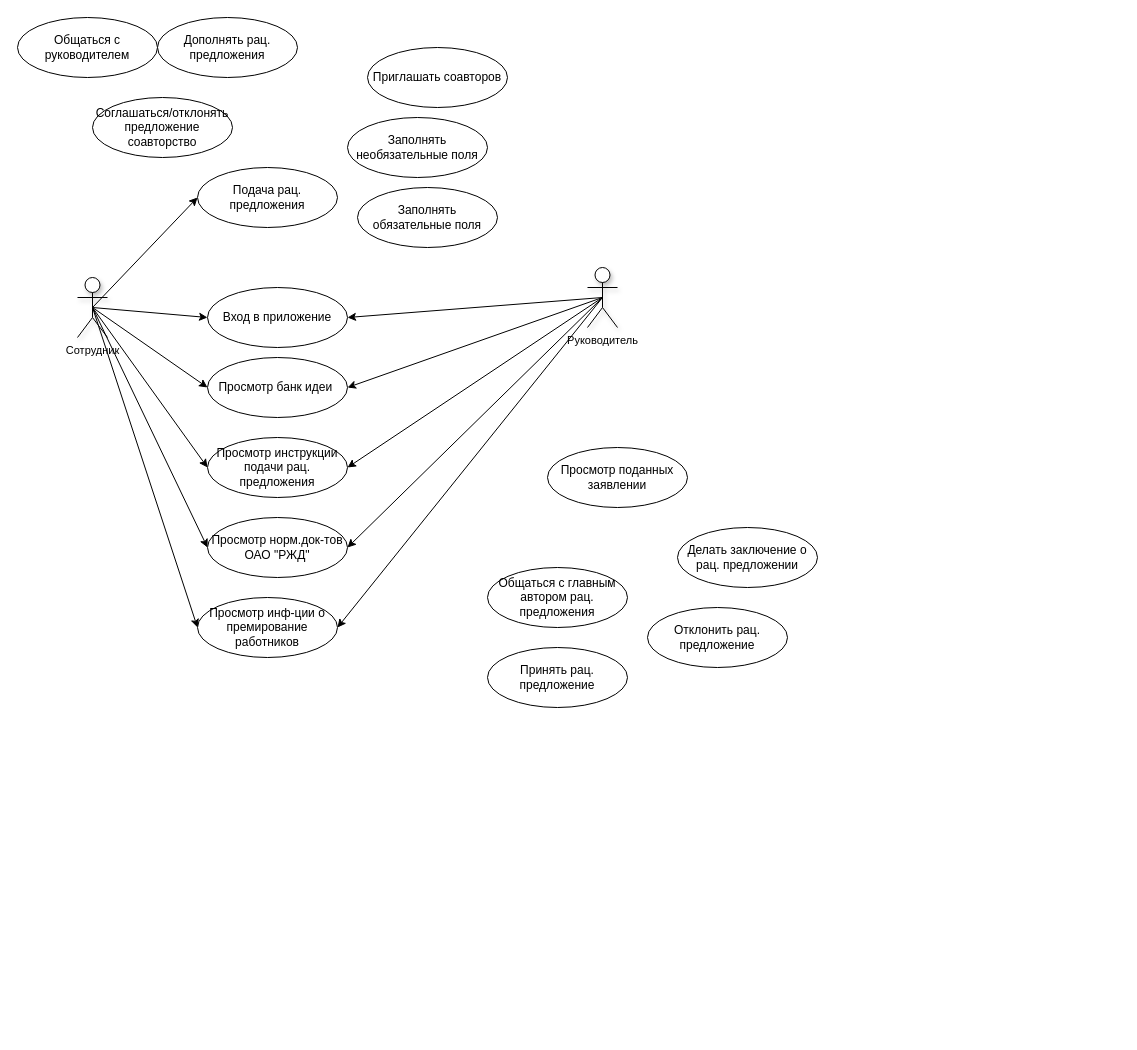
Before: page "Диаграмма прецедентов" (4 of 4) of IDEF0.drawio in Ideas-maker/diagram, a draw.io diagram. Source tidied: cells renumbered, new cells numbered last; positions are measured from the earlier drawing's top-left corner, leaving out a move shared by most shapes. Both pictures are drawn from the tidied source at 100%, with x=0, y=0 at pixel (17, 17).
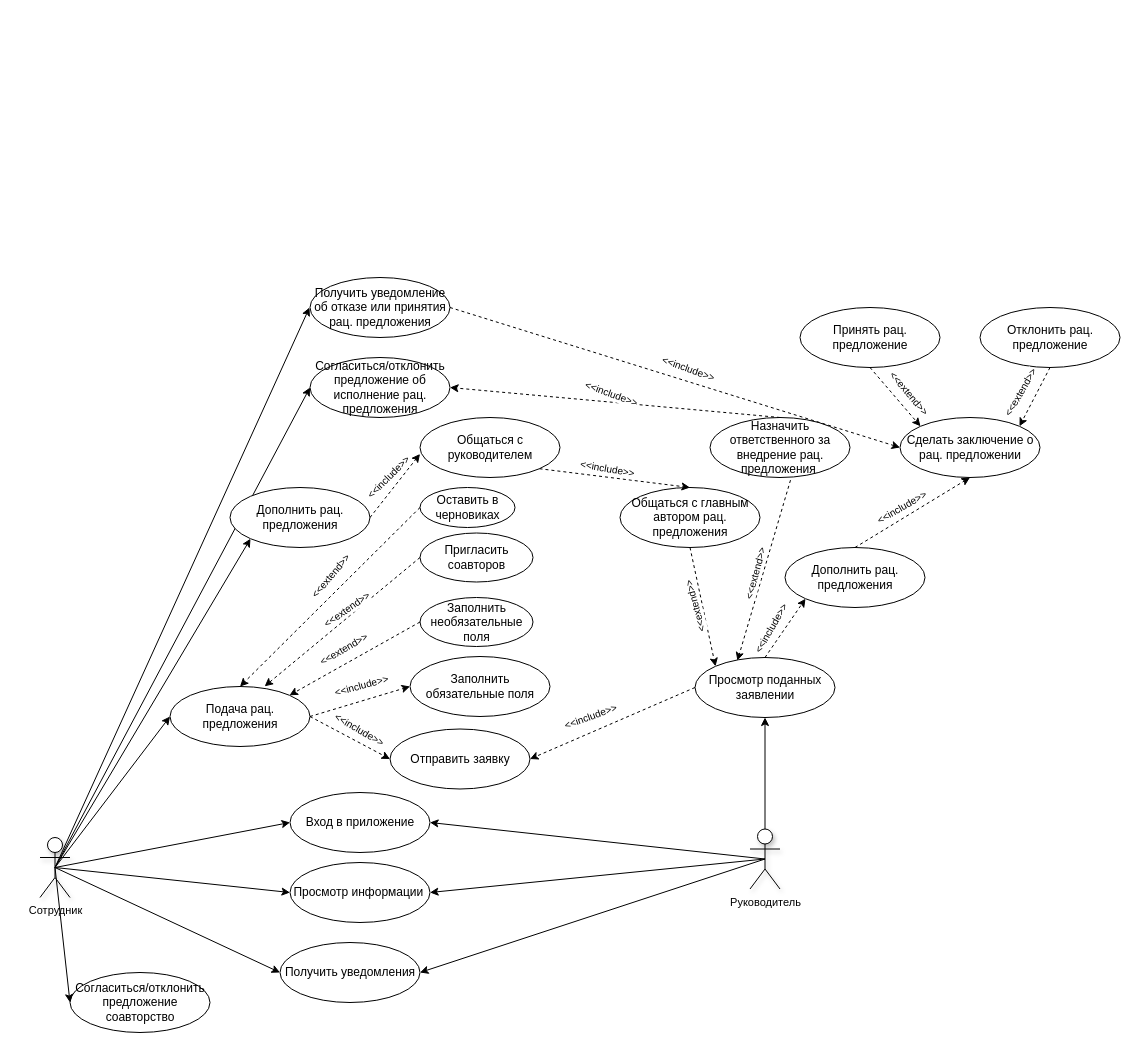
After the change.

What changed in the source:
```diff
@@
     <mxCell id="2" value="Сотрудник" style="shape=umlActor;verticalLabelPosition=bottom;labelBackgroundColor=#ffffff;verticalAlign=top;html=1;outlineConnect=0;rounded=0;shadow=1;glass=0;comic=0;strokeColor=#000000;fillColor=#ffffff;fontSize=11;fontColor=#000000;" parent="1" vertex="1">
-      <mxGeometry x="60" y="260" width="30" height="60" as="geometry" />
+      <mxGeometry x="22.5" y="820" width="30" height="60" as="geometry" />
     </mxCell>
     <mxCell id="3" value="Руководитель" style="shape=umlActor;verticalLabelPosition=bottom;labelBackgroundColor=#ffffff;verticalAlign=top;html=1;outlineConnect=0;rounded=0;shadow=1;glass=0;comic=0;strokeColor=#000000;fillColor=#ffffff;fontSize=11;fontColor=#000000;" parent="1" vertex="1">
-      <mxGeometry x="570" y="250" width="30" height="60" as="geometry" />
+      <mxGeometry x="732.5" y="811.5" width="30" height="60" as="geometry" />
     </mxCell>
     <mxCell id="4" value="Вход в приложение" style="ellipse;whiteSpace=wrap;html=1;" parent="1" vertex="1">
-      <mxGeometry x="190" y="270" width="140" height="60" as="geometry" />
+      <mxGeometry x="272.5" y="775" width="140" height="60" as="geometry" />
     </mxCell>
-    <mxCell id="5" value="Просмотр банк идеи&amp;nbsp;" style="ellipse;whiteSpace=wrap;html=1;" parent="1" vertex="1">
-      <mxGeometry x="190" y="340" width="140" height="60" as="geometry" />
+    <mxCell id="5" value="Просмотр информации&amp;nbsp;" style="ellipse;whiteSpace=wrap;html=1;" parent="1" vertex="1">
+      <mxGeometry x="272.5" y="845" width="140" height="60" as="geometry" />
     </mxCell>
     <mxCell id="6" value="Подача рац. предложения" style="ellipse;whiteSpace=wrap;html=1;" parent="1" vertex="1">
-      <mxGeometry x="180" y="150" width="140" height="60" as="geometry" />
+      <mxGeometry x="152.5" y="669" width="140" height="60" as="geometry" />
     </mxCell>
-    <mxCell id="7" value="Просмотр инструкции подачи рац. предложения" style="ellipse;whiteSpace=wrap;html=1;" parent="1" vertex="1">
-      <mxGeometry x="190" y="420" width="140" height="60" as="geometry" />
-    </mxCell>
-    <mxCell id="8" value="Просмотр норм.док-тов ОАО &quot;РЖД&quot;" style="ellipse;whiteSpace=wrap;html=1;" parent="1" vertex="1">
-      <mxGeometry x="190" y="500" width="140" height="60" as="geometry" />
-    </mxCell>
-    <mxCell id="9" value="Просмотр инф-ции о премирование работников" style="ellipse;whiteSpace=wrap;html=1;" parent="1" vertex="1">
-      <mxGeometry x="180" y="580" width="140" height="60" as="geometry" />
-    </mxCell>
@@
-    <mxCell id="14" style="endArrow=classic;html=1;entryX=0;entryY=0.5;entryDx=0;entryDy=0;exitX=0.5;exitY=0.5;exitDx=0;exitDy=0;exitPerimeter=0;" parent="1" edge="1" source="2" target="7">
-      <mxGeometry relative="1" as="geometry" />
-    </mxCell>
-    <mxCell id="15" style="endArrow=classic;html=1;entryX=0;entryY=0.5;entryDx=0;entryDy=0;exitX=0.5;exitY=0.5;exitDx=0;exitDy=0;exitPerimeter=0;" parent="1" edge="1" source="2" target="8">
-      <mxGeometry relative="1" as="geometry" />
-    </mxCell>
-    <mxCell id="16" style="endArrow=classic;html=1;entryX=0;entryY=0.5;entryDx=0;entryDy=0;exitX=0.5;exitY=0.5;exitDx=0;exitDy=0;exitPerimeter=0;" parent="1" edge="1" source="2" target="9">
-      <mxGeometry relative="1" as="geometry" />
-    </mxCell>
@@
-    <mxCell id="18" style="endArrow=classic;html=1;exitX=0.5;exitY=0.5;exitDx=0;exitDy=0;exitPerimeter=0;entryX=1;entryY=0.5;entryDx=0;entryDy=0;" parent="1" edge="1" source="3" target="7">
-      <mxGeometry relative="1" as="geometry" />
-    </mxCell>
-    <mxCell id="19" style="endArrow=classic;html=1;exitX=0.5;exitY=0.5;exitDx=0;exitDy=0;exitPerimeter=0;entryX=1;entryY=0.5;entryDx=0;entryDy=0;" parent="1" edge="1" source="3" target="8">
-      <mxGeometry relative="1" as="geometry" />
-    </mxCell>
-    <mxCell id="20" style="endArrow=classic;html=1;exitX=0.5;exitY=0.5;exitDx=0;exitDy=0;exitPerimeter=0;entryX=1;entryY=0.5;entryDx=0;entryDy=0;" parent="1" edge="1" source="3" target="9">
-      <mxGeometry relative="1" as="geometry" />
-    </mxCell>
     <mxCell id="21" value="Просмотр поданных заявлении" style="ellipse;whiteSpace=wrap;html=1;" parent="1" vertex="1">
-      <mxGeometry x="530" y="430" width="140" height="60" as="geometry" />
+      <mxGeometry x="677.5" y="640" width="140" height="60" as="geometry" />
     </mxCell>
-    <mxCell id="22" value="Заполнять обязательные поля" style="ellipse;whiteSpace=wrap;html=1;" parent="1" vertex="1">
-      <mxGeometry x="340" y="170" width="140" height="60" as="geometry" />
+    <mxCell id="22" value="Заполнить обязательные поля" style="ellipse;whiteSpace=wrap;html=1;" parent="1" vertex="1">
+      <mxGeometry x="392.5" y="639" width="140" height="60" as="geometry" />
     </mxCell>
-    <mxCell id="23" value="Заполнять необязательные поля" style="ellipse;whiteSpace=wrap;html=1;" parent="1" vertex="1">
-      <mxGeometry x="330" y="100" width="140" height="60" as="geometry" />
+    <mxCell id="23" value="Заполнить необязательные поля" style="ellipse;whiteSpace=wrap;html=1;" parent="1" vertex="1">
+      <mxGeometry x="402.5" y="580" width="113" height="49" as="geometry" />
     </mxCell>
-    <mxCell id="24" value="Дополнять рац. предложения" style="ellipse;whiteSpace=wrap;html=1;" parent="1" vertex="1">
-      <mxGeometry x="140" width="140" height="60" as="geometry" />
+    <mxCell id="24" value="Дополнить рац. предложения" style="ellipse;whiteSpace=wrap;html=1;" parent="1" vertex="1">
+      <mxGeometry x="767.5" y="530" width="140" height="60" as="geometry" />
     </mxCell>
-    <mxCell id="25" value="Приглашать соавторов" style="ellipse;whiteSpace=wrap;html=1;" parent="1" vertex="1">
-      <mxGeometry x="350" y="30" width="140" height="60" as="geometry" />
+    <mxCell id="25" value="Пригласить соавторов" style="ellipse;whiteSpace=wrap;html=1;" parent="1" vertex="1">
+      <mxGeometry x="402.5" y="515.5" width="113" height="49" as="geometry" />
     </mxCell>
     <mxCell id="26" value="Общаться с руководителем" style="ellipse;whiteSpace=wrap;html=1;" parent="1" vertex="1">
-      <mxGeometry width="140" height="60" as="geometry" />
+      <mxGeometry x="402.5" y="400" width="140" height="60" as="geometry" />
     </mxCell>
-    <mxCell id="27" value="Соглашаться/отклонять предложение соавторство" style="ellipse;whiteSpace=wrap;html=1;" parent="1" vertex="1">
-      <mxGeometry x="75" y="80" width="140" height="60" as="geometry" />
+    <mxCell id="27" value="Согласиться/отклонить предложение соавторство" style="ellipse;whiteSpace=wrap;html=1;" parent="1" vertex="1">
+      <mxGeometry x="52.5" y="955" width="140" height="60" as="geometry" />
     </mxCell>
     <mxCell id="28" value="Общаться с главным автором рац. предложения" style="ellipse;whiteSpace=wrap;html=1;" parent="1" vertex="1">
-      <mxGeometry x="470" y="550" width="140" height="60" as="geometry" />
+      <mxGeometry x="602.5" y="470" width="140" height="60" as="geometry" />
     </mxCell>
     <mxCell id="29" value="Отклонить рац. предложение" style="ellipse;whiteSpace=wrap;html=1;" parent="1" vertex="1">
-      <mxGeometry x="630" y="590" width="140" height="60" as="geometry" />
+      <mxGeometry x="962.5" y="290" width="140" height="60" as="geometry" />
     </mxCell>
     <mxCell id="30" value="Принять рац. предложение" style="ellipse;whiteSpace=wrap;html=1;" parent="1" vertex="1">
-      <mxGeometry x="470" y="630" width="140" height="60" as="geometry" />
+      <mxGeometry x="782.5" y="290" width="140" height="60" as="geometry" />
     </mxCell>
-    <mxCell id="31" value="Делать заключение о рац. предложении" style="ellipse;whiteSpace=wrap;html=1;" parent="1" vertex="1">
-      <mxGeometry x="660" y="510" width="140" height="60" as="geometry" />
+    <mxCell id="31" value="Сделать заключение о рац. предложении" style="ellipse;whiteSpace=wrap;html=1;" parent="1" vertex="1">
+      <mxGeometry x="882.5" y="400" width="140" height="60" as="geometry" />
     </mxCell>
+    <mxCell id="32" value="Отправить заявку" style="ellipse;whiteSpace=wrap;html=1;" parent="1" vertex="1">
+      <mxGeometry x="372.5" y="711.5" width="140" height="60" as="geometry" />
+    </mxCell>
+    <mxCell id="33" value="Оставить в черновиках" style="ellipse;whiteSpace=wrap;html=1;" parent="1" vertex="1">
+      <mxGeometry x="402.5" y="470" width="95" height="40" as="geometry" />
+    </mxCell>
+    <mxCell id="34" style="endArrow=classic;html=1;entryX=0;entryY=0.5;entryDx=0;entryDy=0;exitX=1;exitY=0.5;exitDx=0;exitDy=0;dashed=1;" parent="1" edge="1" source="6" target="22">
+      <mxGeometry relative="1" as="geometry" />
+    </mxCell>
+    <mxCell id="35" value="&lt;font style=&quot;font-size: 10px;&quot;&gt;&amp;lt;&amp;lt;include&amp;gt;&amp;gt;&lt;/font&gt;" style="text;html=1;align=center;verticalAlign=middle;labelBackgroundColor=#ffffff;rotation=-15;fontSize=10;" parent="34" vertex="1">
+      <mxGeometry x="0.39" y="-1" relative="1" as="geometry">
+        <mxPoint x="-19" y="-11" as="offset" />
+      </mxGeometry>
+    </mxCell>
+    <mxCell id="36" style="endArrow=classic;html=1;entryX=1;entryY=0;entryDx=0;entryDy=0;exitX=0;exitY=0.5;exitDx=0;exitDy=0;dashed=1;" parent="1" edge="1" source="23" target="6">
+      <mxGeometry relative="1" as="geometry" />
+    </mxCell>
+    <mxCell id="37" value="&lt;font style=&quot;font-size: 10px;&quot;&gt;&amp;lt;&amp;lt;extend&amp;gt;&amp;gt;&lt;/font&gt;" style="text;html=1;align=center;verticalAlign=middle;labelBackgroundColor=#ffffff;rotation=-30;fontSize=10;" parent="36" vertex="1">
+      <mxGeometry x="0.39" y="-1" relative="1" as="geometry">
+        <mxPoint x="13.5" y="-23" as="offset" />
+      </mxGeometry>
+    </mxCell>
+    <mxCell id="38" style="endArrow=classic;html=1;entryX=0.676;entryY=-0.003;entryDx=0;entryDy=0;exitX=0;exitY=0.5;exitDx=0;exitDy=0;dashed=1;entryPerimeter=0;" parent="1" edge="1" source="25" target="6">
+      <mxGeometry relative="1" as="geometry" />
+    </mxCell>
+    <mxCell id="39" value="&lt;font style=&quot;font-size: 10px;&quot;&gt;&amp;lt;&amp;lt;extend&amp;gt;&amp;gt;&lt;/font&gt;" style="text;html=1;align=center;verticalAlign=middle;labelBackgroundColor=#ffffff;rotation=-35;fontSize=10;" parent="38" vertex="1">
+      <mxGeometry x="0.39" y="-1" relative="1" as="geometry">
+        <mxPoint x="34.5" y="-37" as="offset" />
+      </mxGeometry>
+    </mxCell>
+    <mxCell id="40" style="endArrow=classic;html=1;entryX=0.5;entryY=1;entryDx=0;entryDy=0;" parent="1" edge="1" source="3" target="21">
+      <mxGeometry relative="1" as="geometry" />
+    </mxCell>
+    <mxCell id="41" style="endArrow=classic;html=1;entryX=0;entryY=0.5;entryDx=0;entryDy=0;exitX=1;exitY=0.5;exitDx=0;exitDy=0;dashed=1;" parent="1" edge="1" source="6" target="32">
+      <mxGeometry relative="1" as="geometry" />
+    </mxCell>
+    <mxCell id="42" value="&lt;font style=&quot;font-size: 10px;&quot;&gt;&amp;lt;&amp;lt;include&amp;gt;&amp;gt;&lt;/font&gt;" style="text;html=1;align=center;verticalAlign=middle;labelBackgroundColor=#ffffff;rotation=30;fontSize=10;" parent="41" vertex="1">
+      <mxGeometry x="0.39" y="-1" relative="1" as="geometry">
+        <mxPoint x="-5.5" y="-18" as="offset" />
+      </mxGeometry>
+    </mxCell>
+    <mxCell id="43" style="endArrow=classic;html=1;entryX=1;entryY=0.5;entryDx=0;entryDy=0;dashed=1;exitX=0;exitY=0.5;exitDx=0;exitDy=0;" parent="1" edge="1" source="21" target="32">
+      <mxGeometry relative="1" as="geometry" />
+    </mxCell>
+    <mxCell id="44" value="&lt;font style=&quot;font-size: 10px;&quot;&gt;&amp;lt;&amp;lt;include&amp;gt;&amp;gt;&lt;/font&gt;" style="text;html=1;align=center;verticalAlign=middle;labelBackgroundColor=#ffffff;rotation=-20;fontSize=10;" parent="43" vertex="1">
+      <mxGeometry x="0.39" y="-1" relative="1" as="geometry">
+        <mxPoint x="10" y="-20" as="offset" />
+      </mxGeometry>
+    </mxCell>
+    <mxCell id="45" style="endArrow=classic;html=1;entryX=0.5;entryY=0;entryDx=0;entryDy=0;exitX=0;exitY=0.5;exitDx=0;exitDy=0;dashed=1;" parent="1" edge="1" source="33" target="6">
+      <mxGeometry relative="1" as="geometry" />
+    </mxCell>
+    <mxCell id="46" value="&lt;font style=&quot;font-size: 10px;&quot;&gt;&amp;lt;&amp;lt;extend&amp;gt;&amp;gt;&lt;/font&gt;" style="text;html=1;align=center;verticalAlign=middle;labelBackgroundColor=#ffffff;rotation=-50;fontSize=10;" parent="45" vertex="1">
+      <mxGeometry x="0.39" y="-1" relative="1" as="geometry">
+        <mxPoint x="35" y="-54.5" as="offset" />
+      </mxGeometry>
+    </mxCell>
+    <mxCell id="47" style="endArrow=classic;html=1;exitX=0.5;exitY=0;exitDx=0;exitDy=0;dashed=1;entryX=0;entryY=1;entryDx=0;entryDy=0;" parent="1" edge="1" source="21" target="24">
+      <mxGeometry relative="1" as="geometry" />
+    </mxCell>
+    <mxCell id="48" value="&lt;font style=&quot;font-size: 10px;&quot;&gt;&amp;lt;&amp;lt;include&amp;gt;&amp;gt;&lt;/font&gt;" style="text;html=1;align=center;verticalAlign=middle;labelBackgroundColor=#ffffff;rotation=-60;fontSize=10;" parent="47" vertex="1">
+      <mxGeometry x="0.39" y="-1" relative="1" as="geometry">
+        <mxPoint x="-24" y="11.5" as="offset" />
+      </mxGeometry>
+    </mxCell>
+    <mxCell id="49" value="Получить уведомления" style="ellipse;whiteSpace=wrap;html=1;" parent="1" vertex="1">
+      <mxGeometry x="262.5" y="925" width="140" height="60" as="geometry" />
+    </mxCell>
+    <mxCell id="50" style="endArrow=classic;html=1;entryX=0;entryY=0.5;entryDx=0;entryDy=0;exitX=0.5;exitY=0.5;exitDx=0;exitDy=0;exitPerimeter=0;" parent="1" edge="1" source="2" target="49">
+      <mxGeometry relative="1" as="geometry" />
+    </mxCell>
+    <mxCell id="51" style="endArrow=classic;html=1;exitX=0.5;exitY=0.5;exitDx=0;exitDy=0;exitPerimeter=0;entryX=1;entryY=0.5;entryDx=0;entryDy=0;" parent="1" edge="1" source="3" target="49">
+      <mxGeometry relative="1" as="geometry" />
+    </mxCell>
+    <mxCell id="52" style="endArrow=classic;html=1;entryX=0;entryY=0.5;entryDx=0;entryDy=0;exitX=0.5;exitY=0.5;exitDx=0;exitDy=0;exitPerimeter=0;" parent="1" edge="1" source="2" target="27">
+      <mxGeometry relative="1" as="geometry" />
+    </mxCell>
+    <mxCell id="53" style="endArrow=classic;html=1;exitX=0.5;exitY=0.5;exitDx=0;exitDy=0;exitPerimeter=0;entryX=0;entryY=0.5;entryDx=0;entryDy=0;" parent="1" edge="1" source="2" target="71">
+      <mxGeometry relative="1" as="geometry" />
+    </mxCell>
+    <mxCell id="54" style="endArrow=classic;html=1;entryX=0;entryY=0;entryDx=0;entryDy=0;exitX=0.5;exitY=1;exitDx=0;exitDy=0;dashed=1;" parent="1" edge="1" source="28" target="21">
+      <mxGeometry relative="1" as="geometry" />
+    </mxCell>
+    <mxCell id="55" value="&lt;font style=&quot;font-size: 10px;&quot;&gt;&amp;lt;&amp;lt;extend&amp;gt;&amp;gt;&lt;/font&gt;" style="text;html=1;align=center;verticalAlign=middle;labelBackgroundColor=#ffffff;rotation=-105;fontSize=10;" parent="54" vertex="1">
+      <mxGeometry x="0.39" y="-1" relative="1" as="geometry">
+        <mxPoint x="-11.5" y="-22.5" as="offset" />
+      </mxGeometry>
+    </mxCell>
+    <mxCell id="56" value="Дополнить рац. предложения" style="ellipse;whiteSpace=wrap;html=1;" parent="1" vertex="1">
+      <mxGeometry x="212.5" y="470" width="140" height="60" as="geometry" />
+    </mxCell>
+    <mxCell id="57" style="endArrow=classic;html=1;entryX=0;entryY=1;entryDx=0;entryDy=0;exitX=0.5;exitY=0.5;exitDx=0;exitDy=0;exitPerimeter=0;" parent="1" edge="1" source="2" target="56">
+      <mxGeometry relative="1" as="geometry" />
+    </mxCell>
+    <mxCell id="58" style="endArrow=classic;html=1;exitX=1;exitY=0.5;exitDx=0;exitDy=0;dashed=1;entryX=0;entryY=0.608;entryDx=0;entryDy=0;entryPerimeter=0;" parent="1" edge="1" source="56" target="26">
+      <mxGeometry relative="1" as="geometry" />
+    </mxCell>
+    <mxCell id="59" value="&lt;font style=&quot;font-size: 10px;&quot;&gt;&amp;lt;&amp;lt;include&amp;gt;&amp;gt;&lt;/font&gt;" style="text;html=1;align=center;verticalAlign=middle;labelBackgroundColor=#ffffff;rotation=-45;fontSize=10;" parent="58" vertex="1">
+      <mxGeometry x="0.39" y="-1" relative="1" as="geometry">
+        <mxPoint x="-18" y="3.5" as="offset" />
+      </mxGeometry>
+    </mxCell>
+    <mxCell id="60" style="endArrow=classic;html=1;exitX=1;exitY=1;exitDx=0;exitDy=0;dashed=1;entryX=0.5;entryY=0;entryDx=0;entryDy=0;" parent="1" edge="1" source="26" target="28">
+      <mxGeometry relative="1" as="geometry" />
+    </mxCell>
+    <mxCell id="61" value="&lt;font style=&quot;font-size: 10px;&quot;&gt;&amp;lt;&amp;lt;include&amp;gt;&amp;gt;&lt;/font&gt;" style="text;html=1;align=center;verticalAlign=middle;labelBackgroundColor=#ffffff;rotation=10;fontSize=10;" parent="60" vertex="1">
+      <mxGeometry x="0.39" y="-1" relative="1" as="geometry">
+        <mxPoint x="-36.5" y="-15" as="offset" />
+      </mxGeometry>
+    </mxCell>
+    <mxCell id="62" style="endArrow=classic;html=1;exitX=0.5;exitY=0;exitDx=0;exitDy=0;dashed=1;entryX=0.5;entryY=1;entryDx=0;entryDy=0;" parent="1" edge="1" source="24" target="31">
+      <mxGeometry relative="1" as="geometry" />
+    </mxCell>
+    <mxCell id="63" value="&lt;font style=&quot;font-size: 10px;&quot;&gt;&amp;lt;&amp;lt;include&amp;gt;&amp;gt;&lt;/font&gt;" style="text;html=1;align=center;verticalAlign=middle;labelBackgroundColor=#ffffff;rotation=-30;fontSize=10;" parent="62" vertex="1">
+      <mxGeometry x="0.39" y="-1" relative="1" as="geometry">
+        <mxPoint x="-35" y="7.5" as="offset" />
+      </mxGeometry>
+    </mxCell>
+    <mxCell id="64" style="endArrow=classic;html=1;entryX=0;entryY=0;entryDx=0;entryDy=0;exitX=0.5;exitY=1;exitDx=0;exitDy=0;dashed=1;" parent="1" edge="1" source="30" target="31">
+      <mxGeometry relative="1" as="geometry" />
+    </mxCell>
+    <mxCell id="65" value="&lt;font style=&quot;font-size: 10px;&quot;&gt;&amp;lt;&amp;lt;extend&amp;gt;&amp;gt;&lt;/font&gt;" style="text;html=1;align=center;verticalAlign=middle;labelBackgroundColor=#ffffff;rotation=50;fontSize=10;" parent="64" vertex="1">
+      <mxGeometry x="0.39" y="-1" relative="1" as="geometry">
+        <mxPoint x="5.5" y="-16.5" as="offset" />
+      </mxGeometry>
+    </mxCell>
+    <mxCell id="66" style="endArrow=classic;html=1;entryX=1;entryY=0;entryDx=0;entryDy=0;exitX=0.5;exitY=1;exitDx=0;exitDy=0;dashed=1;" parent="1" edge="1" source="29" target="31">
+      <mxGeometry relative="1" as="geometry" />
+    </mxCell>
+    <mxCell id="67" value="&lt;font style=&quot;font-size: 10px;&quot;&gt;&amp;lt;&amp;lt;extend&amp;gt;&amp;gt;&lt;/font&gt;" style="text;html=1;align=center;verticalAlign=middle;labelBackgroundColor=#ffffff;rotation=-60;fontSize=10;" parent="66" vertex="1">
+      <mxGeometry x="0.39" y="-1" relative="1" as="geometry">
+        <mxPoint x="-8" y="-15" as="offset" />
+      </mxGeometry>
+    </mxCell>
+    <mxCell id="68" value="Назначить ответственного за внедрение рац. предложения&amp;nbsp;" style="ellipse;whiteSpace=wrap;html=1;" parent="1" vertex="1">
+      <mxGeometry x="692.5" y="400" width="140" height="60" as="geometry" />
+    </mxCell>
+    <mxCell id="69" style="endArrow=classic;html=1;entryX=0.303;entryY=0.052;entryDx=0;entryDy=0;exitX=0.575;exitY=1.044;exitDx=0;exitDy=0;dashed=1;exitPerimeter=0;entryPerimeter=0;" parent="1" edge="1" source="68" target="21">
+      <mxGeometry relative="1" as="geometry" />
+    </mxCell>
+    <mxCell id="70" value="&lt;font style=&quot;font-size: 10px;&quot;&gt;&amp;lt;&amp;lt;extend&amp;gt;&amp;gt;&lt;/font&gt;" style="text;html=1;align=center;verticalAlign=middle;labelBackgroundColor=#ffffff;rotation=-75;fontSize=10;" parent="69" vertex="1">
+      <mxGeometry x="0.39" y="-1" relative="1" as="geometry">
+        <mxPoint x="2.5" y="-31.5" as="offset" />
+      </mxGeometry>
+    </mxCell>
+    <mxCell id="71" value="Согласиться/отклонить предложение об исполнение рац. предложения" style="ellipse;whiteSpace=wrap;html=1;" parent="1" vertex="1">
+      <mxGeometry x="292.5" y="340" width="140" height="60" as="geometry" />
+    </mxCell>
+    <mxCell id="72" style="endArrow=classic;html=1;exitX=0.5;exitY=0;exitDx=0;exitDy=0;dashed=1;entryX=1;entryY=0.5;entryDx=0;entryDy=0;" parent="1" edge="1" source="68" target="71">
+      <mxGeometry relative="1" as="geometry" />
+    </mxCell>
+    <mxCell id="73" value="&lt;font style=&quot;font-size: 10px;&quot;&gt;&amp;lt;&amp;lt;include&amp;gt;&amp;gt;&lt;/font&gt;" style="text;html=1;align=center;verticalAlign=middle;labelBackgroundColor=#ffffff;rotation=20;fontSize=10;" parent="72" vertex="1">
+      <mxGeometry x="0.39" y="-1" relative="1" as="geometry">
+        <mxPoint x="60" y="-3" as="offset" />
+      </mxGeometry>
+    </mxCell>
+    <mxCell id="74" value="Получить уведомление об отказе или принятия рац. предложения" style="ellipse;whiteSpace=wrap;html=1;" parent="1" vertex="1">
+      <mxGeometry x="292.5" y="260" width="140" height="60" as="geometry" />
+    </mxCell>
+    <mxCell id="75" style="endArrow=classic;html=1;exitX=0.5;exitY=0.5;exitDx=0;exitDy=0;exitPerimeter=0;" parent="1" edge="1" source="2">
+      <mxGeometry relative="1" as="geometry">
+        <mxPoint x="292" y="290" as="targetPoint" />
+      </mxGeometry>
+    </mxCell>
+    <mxCell id="76" style="endArrow=classic;html=1;exitX=1;exitY=0.5;exitDx=0;exitDy=0;dashed=1;entryX=0;entryY=0.5;entryDx=0;entryDy=0;" parent="1" edge="1" source="74" target="31">
+      <mxGeometry relative="1" as="geometry" />
+    </mxCell>
+    <mxCell id="77" value="&lt;font style=&quot;font-size: 10px;&quot;&gt;&amp;lt;&amp;lt;include&amp;gt;&amp;gt;&lt;/font&gt;" style="text;html=1;align=center;verticalAlign=middle;labelBackgroundColor=#ffffff;rotation=20;fontSize=10;" parent="76" vertex="1">
+      <mxGeometry x="0.39" y="-1" relative="1" as="geometry">
+        <mxPoint x="-74.5" y="-38" as="offset" />
+      </mxGeometry>
+    </mxCell>
```
